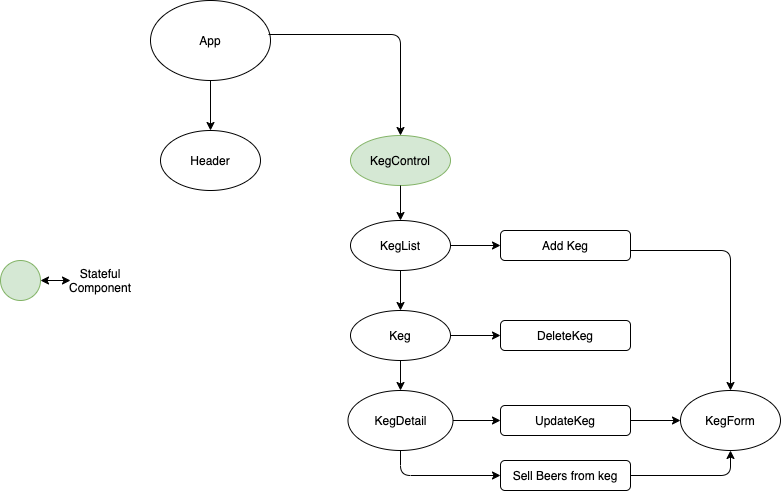
This is readmeassets/TapRoom.png from Dave-Sterry/Tap-Room-Redux, a draw.io export, as it was before one commit. Source tidied: cells renumbered, new cells last; positions are measured from the earlier drawing's top-left corner, leaving out a move shared by most shapes. The source it was exported from:
```xml
<mxGraphModel>
  <root>
    <mxCell id="0" />
    <mxCell id="1" parent="0" />
    <mxCell id="2" value="App" style="ellipse;whiteSpace=wrap;html=1;" parent="1" vertex="1">
      <mxGeometry x="150" width="120" height="80" as="geometry" />
    </mxCell>
    <mxCell id="3" style="endArrow=classic;html=1;exitX=0.5;exitY=1;exitDx=0;exitDy=0;entryX=0.5;entryY=0;entryDx=0;entryDy=0;" parent="1" edge="1" source="2" target="4">
      <mxGeometry relative="1" as="geometry" />
    </mxCell>
    <mxCell id="4" value="Header" style="ellipse;whiteSpace=wrap;html=1;" parent="1" vertex="1">
      <mxGeometry x="160" y="130" width="100" height="60" as="geometry" />
    </mxCell>
    <mxCell id="5" value="KegControl" style="ellipse;whiteSpace=wrap;html=1;fillColor=#d5e8d4;strokeColor=#82b366;" parent="1" vertex="1">
      <mxGeometry x="350" y="135" width="100" height="50" as="geometry" />
    </mxCell>
    <mxCell id="6" style="endArrow=classic;html=1;exitX=0.983;exitY=0.425;exitDx=0;exitDy=0;exitPerimeter=0;entryX=0.5;entryY=0;entryDx=0;entryDy=0;" parent="1" edge="1" source="2" target="5">
      <mxGeometry relative="1" as="geometry">
        <Array as="points">
          <mxPoint x="400" y="34" />
        </Array>
      </mxGeometry>
    </mxCell>
    <mxCell id="7" value="KegList" style="ellipse;whiteSpace=wrap;html=1;" parent="1" vertex="1">
      <mxGeometry x="350" y="220" width="100" height="50" as="geometry" />
    </mxCell>
    <mxCell id="8" value="Keg" style="ellipse;whiteSpace=wrap;html=1;" parent="1" vertex="1">
      <mxGeometry x="350" y="310" width="100" height="50" as="geometry" />
    </mxCell>
    <mxCell id="9" value="KegDetail" style="ellipse;whiteSpace=wrap;html=1;" parent="1" vertex="1">
      <mxGeometry x="347.5" y="390" width="105" height="60" as="geometry" />
    </mxCell>
    <mxCell id="10" style="endArrow=classic;html=1;exitX=0.5;exitY=1;exitDx=0;exitDy=0;" parent="1" edge="1" source="5" target="7">
      <mxGeometry relative="1" as="geometry" />
    </mxCell>
    <mxCell id="11" style="endArrow=classic;html=1;exitX=0.5;exitY=1;exitDx=0;exitDy=0;entryX=0.5;entryY=0;entryDx=0;entryDy=0;" parent="1" edge="1" source="7" target="8">
      <mxGeometry relative="1" as="geometry" />
    </mxCell>
    <mxCell id="12" style="endArrow=classic;html=1;exitX=0.5;exitY=1;exitDx=0;exitDy=0;entryX=0.5;entryY=0;entryDx=0;entryDy=0;" parent="1" edge="1" source="8" target="9">
      <mxGeometry relative="1" as="geometry" />
    </mxCell>
    <mxCell id="13" value="Add Keg" style="rounded=1;whiteSpace=wrap;html=1;" parent="1" vertex="1">
      <mxGeometry x="500" y="230" width="130" height="30" as="geometry" />
    </mxCell>
    <mxCell id="14" value="DeleteKeg" style="rounded=1;whiteSpace=wrap;html=1;" parent="1" vertex="1">
      <mxGeometry x="500" y="320" width="130" height="30" as="geometry" />
    </mxCell>
    <mxCell id="15" value="UpdateKeg" style="rounded=1;whiteSpace=wrap;html=1;" parent="1" vertex="1">
      <mxGeometry x="500" y="405" width="130" height="30" as="geometry" />
    </mxCell>
    <mxCell id="16" value="KegForm" style="ellipse;whiteSpace=wrap;html=1;" parent="1" vertex="1">
      <mxGeometry x="680" y="390" width="100" height="60" as="geometry" />
    </mxCell>
    <mxCell id="17" style="endArrow=classic;html=1;exitX=1;exitY=0.5;exitDx=0;exitDy=0;entryX=0;entryY=0.5;entryDx=0;entryDy=0;" parent="1" edge="1" source="7" target="13">
      <mxGeometry relative="1" as="geometry" />
    </mxCell>
    <mxCell id="18" style="endArrow=classic;html=1;exitX=1;exitY=0.5;exitDx=0;exitDy=0;entryX=0;entryY=0.5;entryDx=0;entryDy=0;" parent="1" edge="1" source="8" target="14">
      <mxGeometry relative="1" as="geometry" />
    </mxCell>
    <mxCell id="19" style="endArrow=classic;html=1;exitX=1;exitY=0.5;exitDx=0;exitDy=0;entryX=0;entryY=0.5;entryDx=0;entryDy=0;" parent="1" edge="1" source="9" target="15">
      <mxGeometry relative="1" as="geometry" />
    </mxCell>
    <mxCell id="20" style="endArrow=classic;html=1;exitX=1;exitY=0.5;exitDx=0;exitDy=0;" parent="1" edge="1" source="15" target="16">
      <mxGeometry relative="1" as="geometry" />
    </mxCell>
    <mxCell id="21" style="endArrow=classic;html=1;entryX=0.5;entryY=0;entryDx=0;entryDy=0;" parent="1" edge="1" target="16">
      <mxGeometry relative="1" as="geometry">
        <mxPoint x="630" y="250" as="sourcePoint" />
        <Array as="points">
          <mxPoint x="730" y="250" />
        </Array>
      </mxGeometry>
    </mxCell>
    <mxCell id="22" value="Sell Beers from keg" style="rounded=1;whiteSpace=wrap;html=1;" parent="1" vertex="1">
      <mxGeometry x="500" y="460" width="130" height="30" as="geometry" />
    </mxCell>
    <mxCell id="23" style="endArrow=classic;html=1;entryX=0;entryY=0.5;entryDx=0;entryDy=0;exitX=0.5;exitY=1;exitDx=0;exitDy=0;" parent="1" edge="1" source="9" target="22">
      <mxGeometry relative="1" as="geometry">
        <Array as="points">
          <mxPoint x="400" y="475" />
        </Array>
      </mxGeometry>
    </mxCell>
    <mxCell id="24" style="endArrow=classic;html=1;exitX=1;exitY=0.5;exitDx=0;exitDy=0;entryX=0.5;entryY=1;entryDx=0;entryDy=0;" parent="1" edge="1" source="22" target="16">
      <mxGeometry relative="1" as="geometry">
        <Array as="points">
          <mxPoint x="730" y="475" />
        </Array>
      </mxGeometry>
    </mxCell>
    <mxCell id="25" style="ellipse;whiteSpace=wrap;html=1;fillColor=#d5e8d4;strokeColor=#82b366;" parent="1" vertex="1">
      <mxGeometry y="260" width="40" height="40" as="geometry" />
    </mxCell>
    <mxCell id="26" value="Stateful Component&lt;br&gt;" style="text;html=1;strokeColor=none;fillColor=none;align=center;verticalAlign=middle;whiteSpace=wrap;rounded=0;" parent="1" vertex="1">
      <mxGeometry x="80" y="270" width="40" height="20" as="geometry" />
    </mxCell>
    <mxCell id="27" style="endArrow=classic;startArrow=classic;html=1;exitX=1;exitY=0.5;exitDx=0;exitDy=0;" parent="1" edge="1" source="25">
      <mxGeometry relative="1" as="geometry">
        <mxPoint x="70" y="280" as="targetPoint" />
        <Array as="points">
          <mxPoint x="70" y="280" />
        </Array>
      </mxGeometry>
    </mxCell>
  </root>
</mxGraphModel>
```
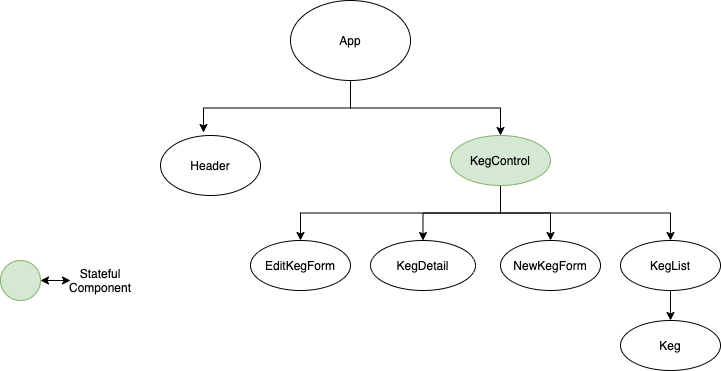
The same diagram one commit later.

Commit message:
add updated component diagram

What changed in the source:
```diff
@@ -1,93 +1,49 @@
-<mxGraphModel>
+<mxGraphModel background="#FFFFFF">
   <root>
     <mxCell id="0" />
     <mxCell id="1" parent="0" />
+    <mxCell id="6" style="edgeStyle=orthogonalEdgeStyle;rounded=0;jettySize=auto;html=1;exitX=0.5;exitY=1;exitDx=0;exitDy=0;entryX=0.5;entryY=0;entryDx=0;entryDy=0;" parent="1" edge="1" source="2" target="5">
+      <mxGeometry relative="1" as="geometry" />
+    </mxCell>
+    <mxCell id="3" style="edgeStyle=orthogonalEdgeStyle;rounded=0;jettySize=auto;html=1;exitX=0.5;exitY=1;exitDx=0;exitDy=0;entryX=0.43;entryY=-0.05;entryDx=0;entryDy=0;entryPerimeter=0;" parent="1" edge="1" source="2" target="4">
+      <mxGeometry relative="1" as="geometry" />
+    </mxCell>
     <mxCell id="2" value="App" style="ellipse;whiteSpace=wrap;html=1;" parent="1" vertex="1">
-      <mxGeometry x="150" width="120" height="80" as="geometry" />
+      <mxGeometry x="290" width="120" height="80" as="geometry" />
     </mxCell>
-    <mxCell id="3" style="endArrow=classic;html=1;exitX=0.5;exitY=1;exitDx=0;exitDy=0;entryX=0.5;entryY=0;entryDx=0;entryDy=0;" parent="1" edge="1" source="2" target="4">
-      <mxGeometry relative="1" as="geometry" />
-    </mxCell>
     <mxCell id="4" value="Header" style="ellipse;whiteSpace=wrap;html=1;" parent="1" vertex="1">
-      <mxGeometry x="160" y="130" width="100" height="60" as="geometry" />
+      <mxGeometry x="160" y="135" width="100" height="60" as="geometry" />
     </mxCell>
+    <mxCell id="28" style="edgeStyle=orthogonalEdgeStyle;rounded=0;jettySize=auto;html=1;entryX=0.5;entryY=0;entryDx=0;entryDy=0;" parent="1" edge="1" source="5" target="9">
+      <mxGeometry relative="1" as="geometry" />
+    </mxCell>
+    <mxCell id="10" style="edgeStyle=orthogonalEdgeStyle;rounded=0;jettySize=auto;html=1;exitX=0.5;exitY=1;exitDx=0;exitDy=0;" parent="1" edge="1" source="5" target="7">
+      <mxGeometry relative="1" as="geometry" />
+    </mxCell>
+    <mxCell id="29" style="edgeStyle=orthogonalEdgeStyle;rounded=0;jettySize=auto;html=1;exitX=0.5;exitY=1;exitDx=0;exitDy=0;" parent="1" edge="1" source="5" target="16">
+      <mxGeometry relative="1" as="geometry" />
+    </mxCell>
+    <mxCell id="30" style="edgeStyle=orthogonalEdgeStyle;rounded=0;jettySize=auto;html=1;exitX=0.5;exitY=1;exitDx=0;exitDy=0;entryX=0.5;entryY=0;entryDx=0;entryDy=0;" parent="1" edge="1" source="5" target="8">
+      <mxGeometry relative="1" as="geometry" />
+    </mxCell>
     <mxCell id="5" value="KegControl" style="ellipse;whiteSpace=wrap;html=1;fillColor=#d5e8d4;strokeColor=#82b366;" parent="1" vertex="1">
-      <mxGeometry x="350" y="135" width="100" height="50" as="geometry" />
+      <mxGeometry x="450" y="135" width="100" height="50" as="geometry" />
     </mxCell>
-    <mxCell id="6" style="endArrow=classic;html=1;exitX=0.983;exitY=0.425;exitDx=0;exitDy=0;exitPerimeter=0;entryX=0.5;entryY=0;entryDx=0;entryDy=0;" parent="1" edge="1" source="2" target="5">
-      <mxGeometry relative="1" as="geometry">
-        <Array as="points">
-          <mxPoint x="400" y="34" />
-        </Array>
-      </mxGeometry>
-    </mxCell>
-    <mxCell id="7" value="KegList" style="ellipse;whiteSpace=wrap;html=1;" parent="1" vertex="1">
-      <mxGeometry x="350" y="220" width="100" height="50" as="geometry" />
+    <mxCell id="7" value="EditKegForm" style="ellipse;whiteSpace=wrap;html=1;" parent="1" vertex="1">
+      <mxGeometry x="250" y="240" width="100" height="50" as="geometry" />
     </mxCell>
+    <mxCell id="31" style="edgeStyle=orthogonalEdgeStyle;rounded=0;jettySize=auto;html=1;exitX=0.5;exitY=1;exitDx=0;exitDy=0;entryX=0.5;entryY=0;entryDx=0;entryDy=0;" parent="1" edge="1" source="8" target="32">
+      <mxGeometry relative="1" as="geometry" />
+    </mxCell>
-    <mxCell id="8" value="Keg" style="ellipse;whiteSpace=wrap;html=1;" parent="1" vertex="1">
-      <mxGeometry x="350" y="310" width="100" height="50" as="geometry" />
+    <mxCell id="8" value="KegList" style="ellipse;whiteSpace=wrap;html=1;" parent="1" vertex="1">
+      <mxGeometry x="620" y="240" width="100" height="50" as="geometry" />
     </mxCell>
     <mxCell id="9" value="KegDetail" style="ellipse;whiteSpace=wrap;html=1;" parent="1" vertex="1">
-      <mxGeometry x="347.5" y="390" width="105" height="60" as="geometry" />
+      <mxGeometry x="370" y="240" width="105" height="50" as="geometry" />
     </mxCell>
-    <mxCell id="10" style="endArrow=classic;html=1;exitX=0.5;exitY=1;exitDx=0;exitDy=0;" parent="1" edge="1" source="5" target="7">
-      <mxGeometry relative="1" as="geometry" />
-    </mxCell>
-    <mxCell id="11" style="endArrow=classic;html=1;exitX=0.5;exitY=1;exitDx=0;exitDy=0;entryX=0.5;entryY=0;entryDx=0;entryDy=0;" parent="1" edge="1" source="7" target="8">
-      <mxGeometry relative="1" as="geometry" />
-    </mxCell>
-    <mxCell id="12" style="endArrow=classic;html=1;exitX=0.5;exitY=1;exitDx=0;exitDy=0;entryX=0.5;entryY=0;entryDx=0;entryDy=0;" parent="1" edge="1" source="8" target="9">
-      <mxGeometry relative="1" as="geometry" />
-    </mxCell>
-    <mxCell id="13" value="Add Keg" style="rounded=1;whiteSpace=wrap;html=1;" parent="1" vertex="1">
-      <mxGeometry x="500" y="230" width="130" height="30" as="geometry" />
-    </mxCell>
-    <mxCell id="14" value="DeleteKeg" style="rounded=1;whiteSpace=wrap;html=1;" parent="1" vertex="1">
-      <mxGeometry x="500" y="320" width="130" height="30" as="geometry" />
-    </mxCell>
-    <mxCell id="15" value="UpdateKeg" style="rounded=1;whiteSpace=wrap;html=1;" parent="1" vertex="1">
-      <mxGeometry x="500" y="405" width="130" height="30" as="geometry" />
-    </mxCell>
-    <mxCell id="16" value="KegForm" style="ellipse;whiteSpace=wrap;html=1;" parent="1" vertex="1">
-      <mxGeometry x="680" y="390" width="100" height="60" as="geometry" />
+    <mxCell id="16" value="NewKegForm" style="ellipse;whiteSpace=wrap;html=1;" parent="1" vertex="1">
+      <mxGeometry x="500" y="240" width="100" height="50" as="geometry" />
     </mxCell>
-    <mxCell id="17" style="endArrow=classic;html=1;exitX=1;exitY=0.5;exitDx=0;exitDy=0;entryX=0;entryY=0.5;entryDx=0;entryDy=0;" parent="1" edge="1" source="7" target="13">
-      <mxGeometry relative="1" as="geometry" />
-    </mxCell>
-    <mxCell id="18" style="endArrow=classic;html=1;exitX=1;exitY=0.5;exitDx=0;exitDy=0;entryX=0;entryY=0.5;entryDx=0;entryDy=0;" parent="1" edge="1" source="8" target="14">
-      <mxGeometry relative="1" as="geometry" />
-    </mxCell>
-    <mxCell id="19" style="endArrow=classic;html=1;exitX=1;exitY=0.5;exitDx=0;exitDy=0;entryX=0;entryY=0.5;entryDx=0;entryDy=0;" parent="1" edge="1" source="9" target="15">
-      <mxGeometry relative="1" as="geometry" />
-    </mxCell>
-    <mxCell id="20" style="endArrow=classic;html=1;exitX=1;exitY=0.5;exitDx=0;exitDy=0;" parent="1" edge="1" source="15" target="16">
-      <mxGeometry relative="1" as="geometry" />
-    </mxCell>
-    <mxCell id="21" style="endArrow=classic;html=1;entryX=0.5;entryY=0;entryDx=0;entryDy=0;" parent="1" edge="1" target="16">
-      <mxGeometry relative="1" as="geometry">
-        <mxPoint x="630" y="250" as="sourcePoint" />
-        <Array as="points">
-          <mxPoint x="730" y="250" />
-        </Array>
-      </mxGeometry>
-    </mxCell>
-    <mxCell id="22" value="Sell Beers from keg" style="rounded=1;whiteSpace=wrap;html=1;" parent="1" vertex="1">
-      <mxGeometry x="500" y="460" width="130" height="30" as="geometry" />
-    </mxCell>
-    <mxCell id="23" style="endArrow=classic;html=1;entryX=0;entryY=0.5;entryDx=0;entryDy=0;exitX=0.5;exitY=1;exitDx=0;exitDy=0;" parent="1" edge="1" source="9" target="22">
-      <mxGeometry relative="1" as="geometry">
-        <Array as="points">
-          <mxPoint x="400" y="475" />
-        </Array>
-      </mxGeometry>
-    </mxCell>
-    <mxCell id="24" style="endArrow=classic;html=1;exitX=1;exitY=0.5;exitDx=0;exitDy=0;entryX=0.5;entryY=1;entryDx=0;entryDy=0;" parent="1" edge="1" source="22" target="16">
-      <mxGeometry relative="1" as="geometry">
-        <Array as="points">
-          <mxPoint x="730" y="475" />
-        </Array>
-      </mxGeometry>
-    </mxCell>
     <mxCell id="25" style="ellipse;whiteSpace=wrap;html=1;fillColor=#d5e8d4;strokeColor=#82b366;" parent="1" vertex="1">
       <mxGeometry y="260" width="40" height="40" as="geometry" />
     </mxCell>
@@ -102,5 +58,8 @@
         </Array>
       </mxGeometry>
     </mxCell>
+    <mxCell id="32" value="Keg" style="ellipse;whiteSpace=wrap;html=1;" parent="1" vertex="1">
+      <mxGeometry x="620" y="320" width="100" height="50" as="geometry" />
+    </mxCell>
   </root>
 </mxGraphModel>
```
